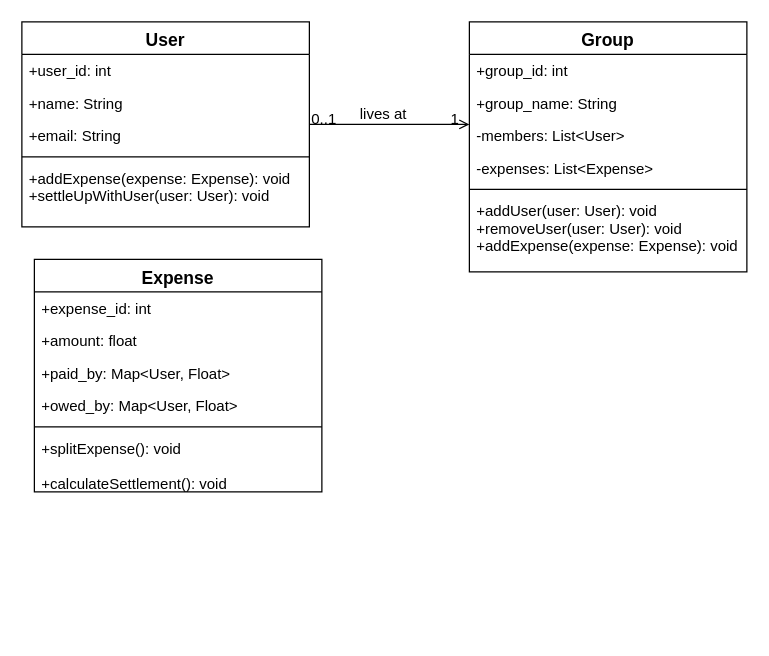
Earlier version of the draw.io diagram Splitwise Class Diagram.drawio (geeky-sanjay/class-diagrams). Source tidied: cells renumbered, new cells numbered last; positions are measured from the earlier drawing's top-left corner, leaving out a move shared by most shapes. Both pictures are drawn from the tidied source at 125%, with x=0, y=0 at pixel (21, 21).
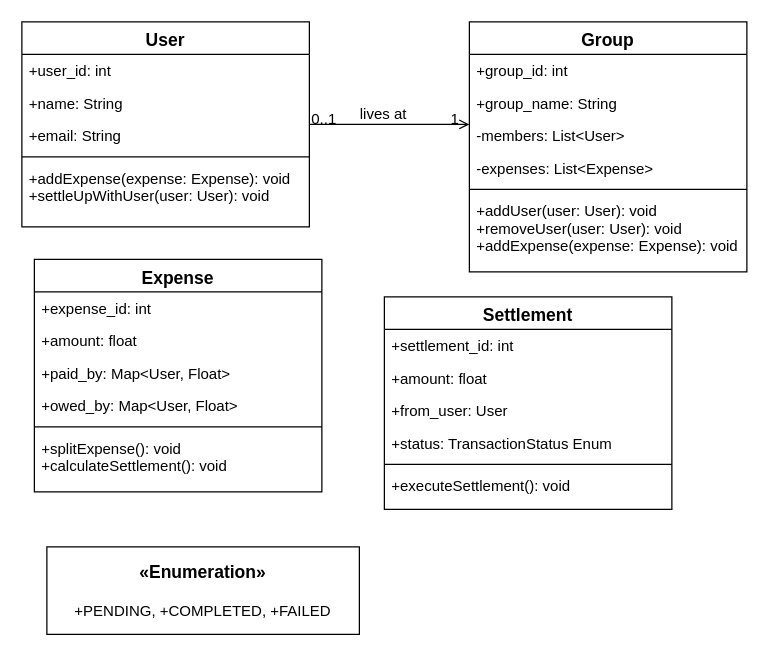
After the change.

The change refers to these unchanged cells:
```xml
<mxCell id="19" value="Expense" style="swimlane;fontStyle=1;align=center;verticalAlign=top;horizontal=1;startSize=26;rounded=0;shadow=0;strokeWidth=1;fontSize=14;" parent="1" vertex="1">
  <mxGeometry x="10" y="190" width="230" height="186" as="geometry" />
</mxCell>
```

Change to the diagram source:
```diff
@@
-    <mxCell id="25" value="+splitExpense(): void&#10;&#10;+calculateSettlement(): void&#10;" style="text;align=left;verticalAlign=top;spacingLeft=4;spacingRight=4;overflow=hidden;rounded=0;shadow=0;html=0;" parent="19" vertex="1">
+    <mxCell id="25" value="+splitExpense(): void&#10;+calculateSettlement(): void&#10;" style="text;align=left;verticalAlign=top;spacingLeft=4;spacingRight=4;overflow=hidden;rounded=0;shadow=0;html=0;" parent="19" vertex="1">
       <mxGeometry y="138" width="230" height="48" as="geometry" />
     </mxCell>
+    <mxCell id="26" value="Settlement" style="swimlane;fontStyle=1;align=center;verticalAlign=top;horizontal=1;startSize=26;rounded=0;shadow=0;strokeWidth=1;fontSize=14;" parent="1" vertex="1">
+      <mxGeometry x="290" y="220" width="230" height="170" as="geometry" />
+    </mxCell>
+    <mxCell id="27" value="+settlement_id: int" style="text;align=left;verticalAlign=top;spacingLeft=4;spacingRight=4;overflow=hidden;" parent="26" vertex="1">
+      <mxGeometry y="26" width="230" height="26" as="geometry" />
+    </mxCell>
+    <mxCell id="28" value="+amount: float" style="text;align=left;verticalAlign=top;spacingLeft=4;spacingRight=4;overflow=hidden;rounded=0;shadow=0;html=0;" parent="26" vertex="1">
+      <mxGeometry y="52" width="230" height="26" as="geometry" />
+    </mxCell>
+    <mxCell id="29" value="+from_user: User" style="text;align=left;verticalAlign=top;spacingLeft=4;spacingRight=4;overflow=hidden;rounded=0;shadow=0;html=0;" parent="26" vertex="1">
+      <mxGeometry y="78" width="230" height="26" as="geometry" />
+    </mxCell>
+    <mxCell id="30" value="+status: TransactionStatus Enum" style="text;align=left;verticalAlign=top;spacingLeft=4;spacingRight=4;overflow=hidden;rounded=0;shadow=0;html=0;" parent="26" vertex="1">
+      <mxGeometry y="104" width="230" height="26" as="geometry" />
+    </mxCell>
+    <mxCell id="31" style="line;html=1;strokeWidth=1;align=left;verticalAlign=middle;spacingTop=-1;spacingLeft=3;spacingRight=3;labelPosition=right;" parent="26" vertex="1">
+      <mxGeometry y="130" width="230" height="8" as="geometry" />
+    </mxCell>
+    <mxCell id="32" value="+executeSettlement(): void&#10;" style="text;align=left;verticalAlign=top;spacingLeft=4;spacingRight=4;overflow=hidden;rounded=0;shadow=0;html=0;" parent="26" vertex="1">
+      <mxGeometry y="138" width="230" height="32" as="geometry" />
+    </mxCell>
+    <mxCell id="33" value="&lt;font style=&quot;font-size: 14px;&quot;&gt;&lt;b&gt;«Enumeration»&lt;br&gt;&lt;br&gt;&lt;/b&gt;&lt;/font&gt;+PENDING,&amp;nbsp;+COMPLETED,&amp;nbsp;+FAILED" style="html=1;whiteSpace=wrap;" parent="1" vertex="1">
+      <mxGeometry x="20" y="420" width="250" height="70" as="geometry" />
+    </mxCell>
```
